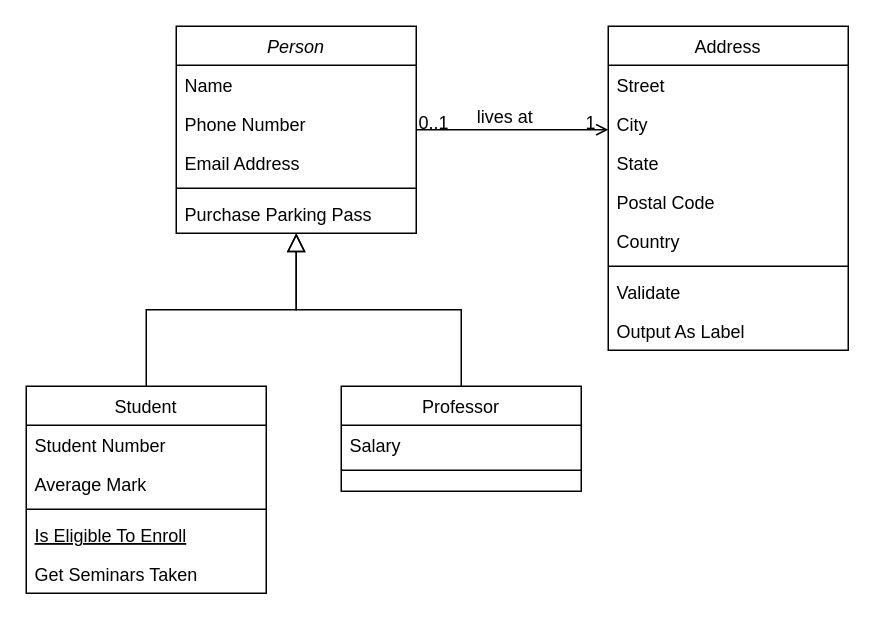
thamires24/java2025.1 keeps this draw.io diagram as Diagrama sem nome.drawio. Above is the earlier version. Source tidied: cells renumbered, new cells numbered last; positions are measured from the earlier drawing's top-left corner, leaving out a move shared by most shapes. Both pictures are drawn from the tidied source at 150%, with x=0, y=0 at pixel (26, 26).
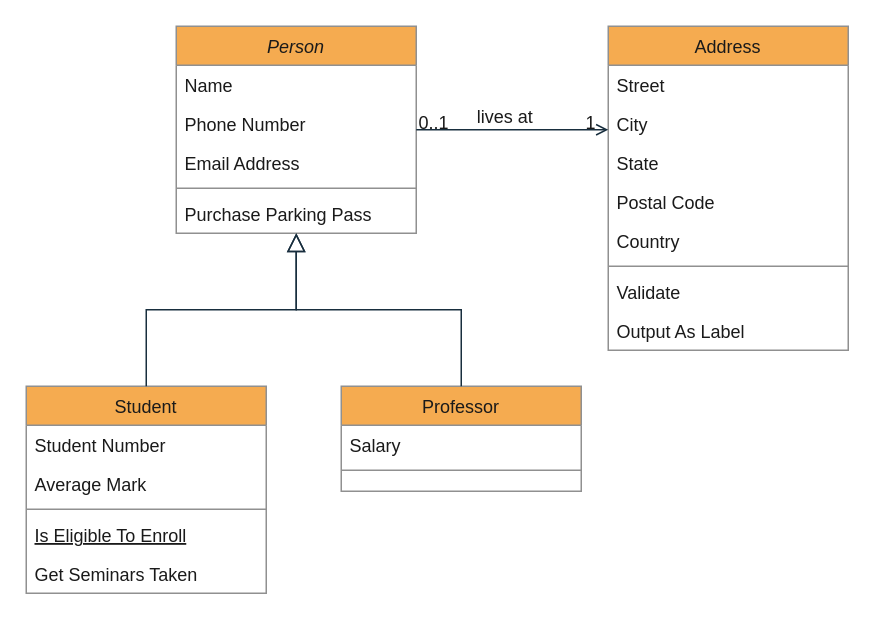
Above is the later version.

What changed in the source:
```diff
@@
-    <mxCell id="2" value="Person" style="swimlane;fontStyle=2;align=center;verticalAlign=top;horizontal=1;startSize=26;rounded=0;shadow=0;strokeWidth=1;" parent="1" vertex="1">
+    <mxCell id="2" value="Person" style="swimlane;fontStyle=2;align=center;verticalAlign=top;horizontal=1;startSize=26;rounded=0;shadow=0;strokeWidth=1;labelBackgroundColor=none;fillColor=#F5AB50;strokeColor=#909090;fontColor=#1A1A1A;" parent="1" vertex="1">
       <mxGeometry x="100" width="160" height="138" as="geometry" />
     </mxCell>
-    <mxCell id="3" value="Name" style="text;align=left;verticalAlign=top;spacingLeft=4;spacingRight=4;overflow=hidden;" parent="2" vertex="1">
+    <mxCell id="3" value="Name" style="text;align=left;verticalAlign=top;spacingLeft=4;spacingRight=4;overflow=hidden;labelBackgroundColor=none;fontColor=#1A1A1A;" parent="2" vertex="1">
       <mxGeometry y="26" width="160" height="26" as="geometry" />
     </mxCell>
-    <mxCell id="4" value="Phone Number" style="text;align=left;verticalAlign=top;spacingLeft=4;spacingRight=4;overflow=hidden;rounded=0;shadow=0;html=0;" parent="2" vertex="1">
+    <mxCell id="4" value="Phone Number" style="text;align=left;verticalAlign=top;spacingLeft=4;spacingRight=4;overflow=hidden;rounded=0;shadow=0;html=0;labelBackgroundColor=none;fontColor=#1A1A1A;" parent="2" vertex="1">
       <mxGeometry y="52" width="160" height="26" as="geometry" />
     </mxCell>
-    <mxCell id="5" value="Email Address" style="text;align=left;verticalAlign=top;spacingLeft=4;spacingRight=4;overflow=hidden;rounded=0;shadow=0;html=0;" parent="2" vertex="1">
+    <mxCell id="5" value="Email Address" style="text;align=left;verticalAlign=top;spacingLeft=4;spacingRight=4;overflow=hidden;rounded=0;shadow=0;html=0;labelBackgroundColor=none;fontColor=#1A1A1A;" parent="2" vertex="1">
       <mxGeometry y="78" width="160" height="26" as="geometry" />
     </mxCell>
-    <mxCell id="6" style="line;html=1;strokeWidth=1;align=left;verticalAlign=middle;spacingTop=-1;spacingLeft=3;spacingRight=3;labelPosition=right;" parent="2" vertex="1">
+    <mxCell id="6" style="line;html=1;strokeWidth=1;align=left;verticalAlign=middle;spacingTop=-1;spacingLeft=3;spacingRight=3;labelPosition=right;labelBackgroundColor=none;fillColor=#F5AB50;strokeColor=#909090;fontColor=#1A1A1A;" parent="2" vertex="1">
       <mxGeometry y="104" width="160" height="8" as="geometry" />
     </mxCell>
-    <mxCell id="7" value="Purchase Parking Pass" style="text;align=left;verticalAlign=top;spacingLeft=4;spacingRight=4;overflow=hidden;" parent="2" vertex="1">
+    <mxCell id="7" value="Purchase Parking Pass" style="text;align=left;verticalAlign=top;spacingLeft=4;spacingRight=4;overflow=hidden;labelBackgroundColor=none;fontColor=#1A1A1A;" parent="2" vertex="1">
       <mxGeometry y="112" width="160" height="26" as="geometry" />
     </mxCell>
-    <mxCell id="8" value="Student" style="swimlane;fontStyle=0;align=center;verticalAlign=top;horizontal=1;startSize=26;rounded=0;shadow=0;strokeWidth=1;" parent="1" vertex="1">
+    <mxCell id="8" value="Student" style="swimlane;fontStyle=0;align=center;verticalAlign=top;horizontal=1;startSize=26;rounded=0;shadow=0;strokeWidth=1;labelBackgroundColor=none;fillColor=#F5AB50;strokeColor=#909090;fontColor=#1A1A1A;" parent="1" vertex="1">
       <mxGeometry y="240" width="160" height="138" as="geometry" />
     </mxCell>
-    <mxCell id="9" value="Student Number" style="text;align=left;verticalAlign=top;spacingLeft=4;spacingRight=4;overflow=hidden;" parent="8" vertex="1">
+    <mxCell id="9" value="Student Number" style="text;align=left;verticalAlign=top;spacingLeft=4;spacingRight=4;overflow=hidden;labelBackgroundColor=none;fontColor=#1A1A1A;" parent="8" vertex="1">
       <mxGeometry y="26" width="160" height="26" as="geometry" />
     </mxCell>
-    <mxCell id="10" value="Average Mark" style="text;align=left;verticalAlign=top;spacingLeft=4;spacingRight=4;overflow=hidden;rounded=0;shadow=0;html=0;" parent="8" vertex="1">
+    <mxCell id="10" value="Average Mark" style="text;align=left;verticalAlign=top;spacingLeft=4;spacingRight=4;overflow=hidden;rounded=0;shadow=0;html=0;labelBackgroundColor=none;fontColor=#1A1A1A;" parent="8" vertex="1">
       <mxGeometry y="52" width="160" height="26" as="geometry" />
     </mxCell>
-    <mxCell id="11" style="line;html=1;strokeWidth=1;align=left;verticalAlign=middle;spacingTop=-1;spacingLeft=3;spacingRight=3;labelPosition=right;" parent="8" vertex="1">
+    <mxCell id="11" style="line;html=1;strokeWidth=1;align=left;verticalAlign=middle;spacingTop=-1;spacingLeft=3;spacingRight=3;labelPosition=right;labelBackgroundColor=none;fillColor=#F5AB50;strokeColor=#909090;fontColor=#1A1A1A;" parent="8" vertex="1">
       <mxGeometry y="78" width="160" height="8" as="geometry" />
     </mxCell>
-    <mxCell id="12" value="Is Eligible To Enroll" style="text;align=left;verticalAlign=top;spacingLeft=4;spacingRight=4;overflow=hidden;fontStyle=4;" parent="8" vertex="1">
+    <mxCell id="12" value="Is Eligible To Enroll" style="text;align=left;verticalAlign=top;spacingLeft=4;spacingRight=4;overflow=hidden;fontStyle=4;labelBackgroundColor=none;fontColor=#1A1A1A;" parent="8" vertex="1">
       <mxGeometry y="86" width="160" height="26" as="geometry" />
     </mxCell>
-    <mxCell id="13" value="Get Seminars Taken" style="text;align=left;verticalAlign=top;spacingLeft=4;spacingRight=4;overflow=hidden;" parent="8" vertex="1">
+    <mxCell id="13" value="Get Seminars Taken" style="text;align=left;verticalAlign=top;spacingLeft=4;spacingRight=4;overflow=hidden;labelBackgroundColor=none;fontColor=#1A1A1A;" parent="8" vertex="1">
       <mxGeometry y="112" width="160" height="26" as="geometry" />
     </mxCell>
-    <mxCell id="14" style="endArrow=block;endSize=10;endFill=0;shadow=0;strokeWidth=1;rounded=0;curved=0;edgeStyle=elbowEdgeStyle;elbow=vertical;" parent="1" edge="1" source="8" target="2">
+    <mxCell id="14" style="endArrow=block;endSize=10;endFill=0;shadow=0;strokeWidth=1;rounded=0;curved=0;edgeStyle=elbowEdgeStyle;elbow=vertical;labelBackgroundColor=none;strokeColor=#182E3E;fontColor=default;" parent="1" edge="1" source="8" target="2">
       <mxGeometry relative="1" as="geometry" />
     </mxCell>
-    <mxCell id="15" value="Professor" style="swimlane;fontStyle=0;align=center;verticalAlign=top;horizontal=1;startSize=26;rounded=0;shadow=0;strokeWidth=1;" parent="1" vertex="1">
+    <mxCell id="15" value="Professor" style="swimlane;fontStyle=0;align=center;verticalAlign=top;horizontal=1;startSize=26;rounded=0;shadow=0;strokeWidth=1;labelBackgroundColor=none;fillColor=#F5AB50;strokeColor=#909090;fontColor=#1A1A1A;" parent="1" vertex="1">
       <mxGeometry x="210" y="240" width="160" height="70" as="geometry" />
     </mxCell>
-    <mxCell id="16" value="Salary" style="text;align=left;verticalAlign=top;spacingLeft=4;spacingRight=4;overflow=hidden;" parent="15" vertex="1">
+    <mxCell id="16" value="Salary" style="text;align=left;verticalAlign=top;spacingLeft=4;spacingRight=4;overflow=hidden;labelBackgroundColor=none;fontColor=#1A1A1A;" parent="15" vertex="1">
       <mxGeometry y="26" width="160" height="26" as="geometry" />
     </mxCell>
-    <mxCell id="17" style="line;html=1;strokeWidth=1;align=left;verticalAlign=middle;spacingTop=-1;spacingLeft=3;spacingRight=3;labelPosition=right;" parent="15" vertex="1">
+    <mxCell id="17" style="line;html=1;strokeWidth=1;align=left;verticalAlign=middle;spacingTop=-1;spacingLeft=3;spacingRight=3;labelPosition=right;labelBackgroundColor=none;fillColor=#F5AB50;strokeColor=#909090;fontColor=#1A1A1A;" parent="15" vertex="1">
       <mxGeometry y="52" width="160" height="8" as="geometry" />
     </mxCell>
-    <mxCell id="18" style="endArrow=block;endSize=10;endFill=0;shadow=0;strokeWidth=1;rounded=0;curved=0;edgeStyle=elbowEdgeStyle;elbow=vertical;" parent="1" edge="1" source="15" target="2">
+    <mxCell id="18" style="endArrow=block;endSize=10;endFill=0;shadow=0;strokeWidth=1;rounded=0;curved=0;edgeStyle=elbowEdgeStyle;elbow=vertical;labelBackgroundColor=none;strokeColor=#182E3E;fontColor=default;" parent="1" edge="1" source="15" target="2">
       <mxGeometry relative="1" as="geometry" />
     </mxCell>
-    <mxCell id="19" value="Address" style="swimlane;fontStyle=0;align=center;verticalAlign=top;horizontal=1;startSize=26;rounded=0;shadow=0;strokeWidth=1;" parent="1" vertex="1">
+    <mxCell id="19" value="Address" style="swimlane;fontStyle=0;align=center;verticalAlign=top;horizontal=1;startSize=26;rounded=0;shadow=0;strokeWidth=1;labelBackgroundColor=none;fillColor=#F5AB50;strokeColor=#909090;fontColor=#1A1A1A;" parent="1" vertex="1">
       <mxGeometry x="388" width="160" height="216" as="geometry" />
     </mxCell>
-    <mxCell id="20" value="Street" style="text;align=left;verticalAlign=top;spacingLeft=4;spacingRight=4;overflow=hidden;" parent="19" vertex="1">
+    <mxCell id="20" value="Street" style="text;align=left;verticalAlign=top;spacingLeft=4;spacingRight=4;overflow=hidden;labelBackgroundColor=none;fontColor=#1A1A1A;" parent="19" vertex="1">
       <mxGeometry y="26" width="160" height="26" as="geometry" />
     </mxCell>
-    <mxCell id="21" value="City" style="text;align=left;verticalAlign=top;spacingLeft=4;spacingRight=4;overflow=hidden;rounded=0;shadow=0;html=0;" parent="19" vertex="1">
+    <mxCell id="21" value="City" style="text;align=left;verticalAlign=top;spacingLeft=4;spacingRight=4;overflow=hidden;rounded=0;shadow=0;html=0;labelBackgroundColor=none;fontColor=#1A1A1A;" parent="19" vertex="1">
       <mxGeometry y="52" width="160" height="26" as="geometry" />
     </mxCell>
-    <mxCell id="22" value="State" style="text;align=left;verticalAlign=top;spacingLeft=4;spacingRight=4;overflow=hidden;rounded=0;shadow=0;html=0;" parent="19" vertex="1">
+    <mxCell id="22" value="State" style="text;align=left;verticalAlign=top;spacingLeft=4;spacingRight=4;overflow=hidden;rounded=0;shadow=0;html=0;labelBackgroundColor=none;fontColor=#1A1A1A;" parent="19" vertex="1">
       <mxGeometry y="78" width="160" height="26" as="geometry" />
     </mxCell>
-    <mxCell id="23" value="Postal Code" style="text;align=left;verticalAlign=top;spacingLeft=4;spacingRight=4;overflow=hidden;rounded=0;shadow=0;html=0;" parent="19" vertex="1">
+    <mxCell id="23" value="Postal Code" style="text;align=left;verticalAlign=top;spacingLeft=4;spacingRight=4;overflow=hidden;rounded=0;shadow=0;html=0;labelBackgroundColor=none;fontColor=#1A1A1A;" parent="19" vertex="1">
       <mxGeometry y="104" width="160" height="26" as="geometry" />
     </mxCell>
-    <mxCell id="24" value="Country" style="text;align=left;verticalAlign=top;spacingLeft=4;spacingRight=4;overflow=hidden;rounded=0;shadow=0;html=0;" parent="19" vertex="1">
+    <mxCell id="24" value="Country" style="text;align=left;verticalAlign=top;spacingLeft=4;spacingRight=4;overflow=hidden;rounded=0;shadow=0;html=0;labelBackgroundColor=none;fontColor=#1A1A1A;" parent="19" vertex="1">
       <mxGeometry y="130" width="160" height="26" as="geometry" />
     </mxCell>
-    <mxCell id="25" style="line;html=1;strokeWidth=1;align=left;verticalAlign=middle;spacingTop=-1;spacingLeft=3;spacingRight=3;labelPosition=right;" parent="19" vertex="1">
+    <mxCell id="25" style="line;html=1;strokeWidth=1;align=left;verticalAlign=middle;spacingTop=-1;spacingLeft=3;spacingRight=3;labelPosition=right;labelBackgroundColor=none;fillColor=#F5AB50;strokeColor=#909090;fontColor=#1A1A1A;" parent="19" vertex="1">
       <mxGeometry y="156" width="160" height="8" as="geometry" />
     </mxCell>
-    <mxCell id="26" value="Validate" style="text;align=left;verticalAlign=top;spacingLeft=4;spacingRight=4;overflow=hidden;" parent="19" vertex="1">
+    <mxCell id="26" value="Validate" style="text;align=left;verticalAlign=top;spacingLeft=4;spacingRight=4;overflow=hidden;labelBackgroundColor=none;fontColor=#1A1A1A;" parent="19" vertex="1">
       <mxGeometry y="164" width="160" height="26" as="geometry" />
     </mxCell>
-    <mxCell id="27" value="Output As Label" style="text;align=left;verticalAlign=top;spacingLeft=4;spacingRight=4;overflow=hidden;" parent="19" vertex="1">
+    <mxCell id="27" value="Output As Label" style="text;align=left;verticalAlign=top;spacingLeft=4;spacingRight=4;overflow=hidden;labelBackgroundColor=none;fontColor=#1A1A1A;" parent="19" vertex="1">
       <mxGeometry y="190" width="160" height="26" as="geometry" />
     </mxCell>
-    <mxCell id="28" style="endArrow=open;shadow=0;strokeWidth=1;rounded=0;curved=0;endFill=1;edgeStyle=elbowEdgeStyle;elbow=vertical;" parent="1" edge="1" source="2" target="19">
+    <mxCell id="28" style="endArrow=open;shadow=0;strokeWidth=1;rounded=0;curved=0;endFill=1;edgeStyle=elbowEdgeStyle;elbow=vertical;labelBackgroundColor=none;strokeColor=#182E3E;fontColor=default;" parent="1" edge="1" source="2" target="19">
       <mxGeometry x="0.5" y="41" relative="1" as="geometry">
         <mxPoint x="-40" y="32" as="offset" />
       </mxGeometry>
     </mxCell>
-    <mxCell id="29" value="0..1" style="align=left;verticalAlign=bottom;labelBackgroundColor=none;fontSize=12;" parent="28" vertex="1">
+    <mxCell id="29" value="0..1" style="align=left;verticalAlign=bottom;labelBackgroundColor=none;fontSize=12;fillColor=#F5AB50;strokeColor=#909090;fontColor=#1A1A1A;" parent="28" vertex="1">
       <mxGeometry x="-1" relative="1" as="geometry">
         <mxPoint y="4" as="offset" />
       </mxGeometry>
     </mxCell>
-    <mxCell id="30" value="1" style="align=right;verticalAlign=bottom;labelBackgroundColor=none;fontSize=12;" parent="28" vertex="1">
+    <mxCell id="30" value="1" style="align=right;verticalAlign=bottom;labelBackgroundColor=none;fontSize=12;fillColor=#F5AB50;strokeColor=#909090;fontColor=#1A1A1A;" parent="28" vertex="1">
       <mxGeometry x="1" relative="1" as="geometry">
         <mxPoint x="-7" y="4" as="offset" />
       </mxGeometry>
     </mxCell>
-    <mxCell id="31" value="lives at" style="text;html=1;align=center;verticalAlign=middle;labelBackgroundColor=none;rounded=0;shadow=0;strokeWidth=1;fontSize=12;" parent="28" vertex="1">
+    <mxCell id="31" value="lives at" style="text;html=1;align=center;verticalAlign=middle;labelBackgroundColor=none;rounded=0;shadow=0;strokeWidth=1;fontSize=12;fontColor=#1A1A1A;" parent="28" vertex="1">
       <mxGeometry x="0.5" y="49" relative="1" as="geometry">
         <mxPoint x="-38" y="40" as="offset" />
       </mxGeometry>
     </mxCell>
```
